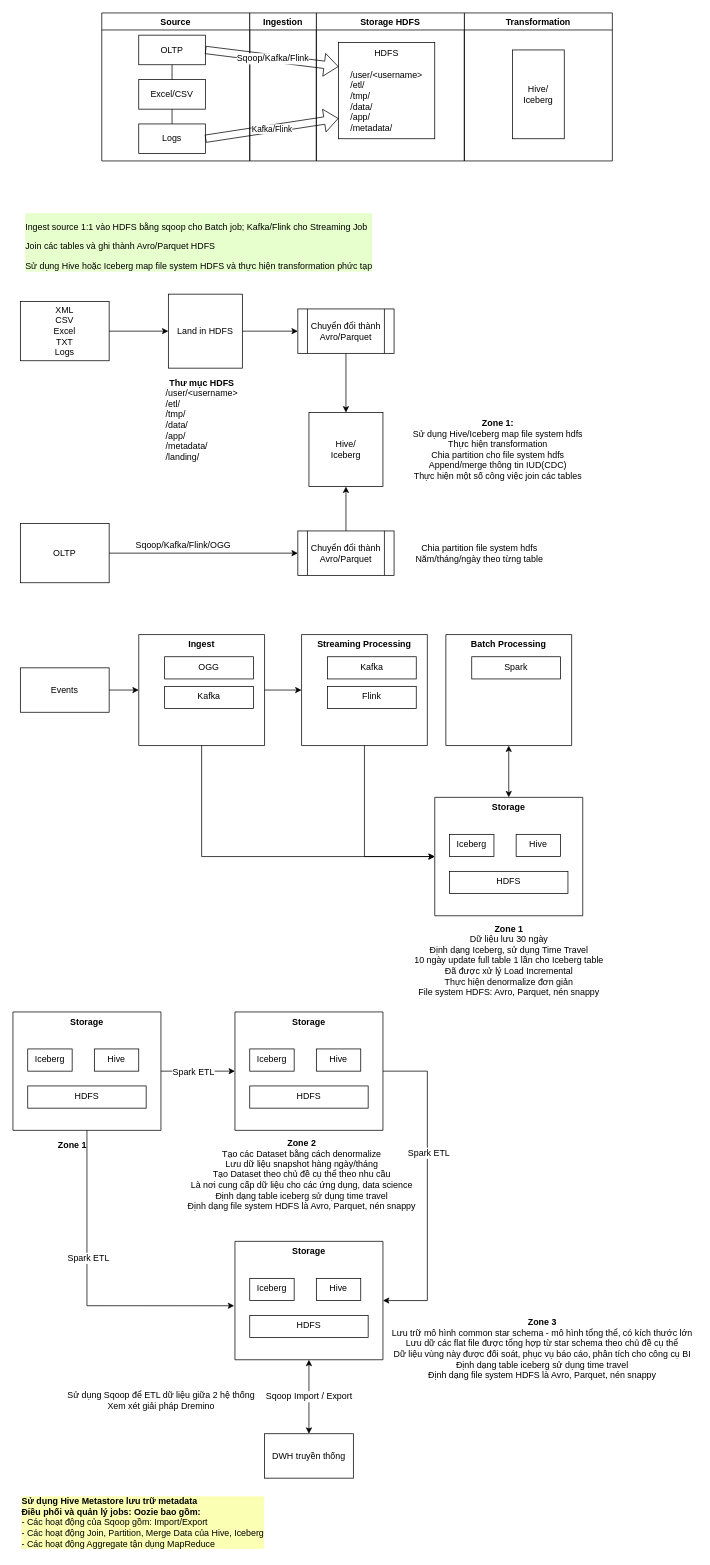
Earlier version of the draw.io diagram page "Page-2" (2 of 2) of Untitled Diagram.drawio (uyennt01/Project1). Source tidied: cells renumbered, new cells numbered last; positions are measured from the earlier drawing's top-left corner, leaving out a move shared by most shapes. Both pictures are drawn from the tidied source at 74%, with x=0, y=0 at pixel (13, 13).
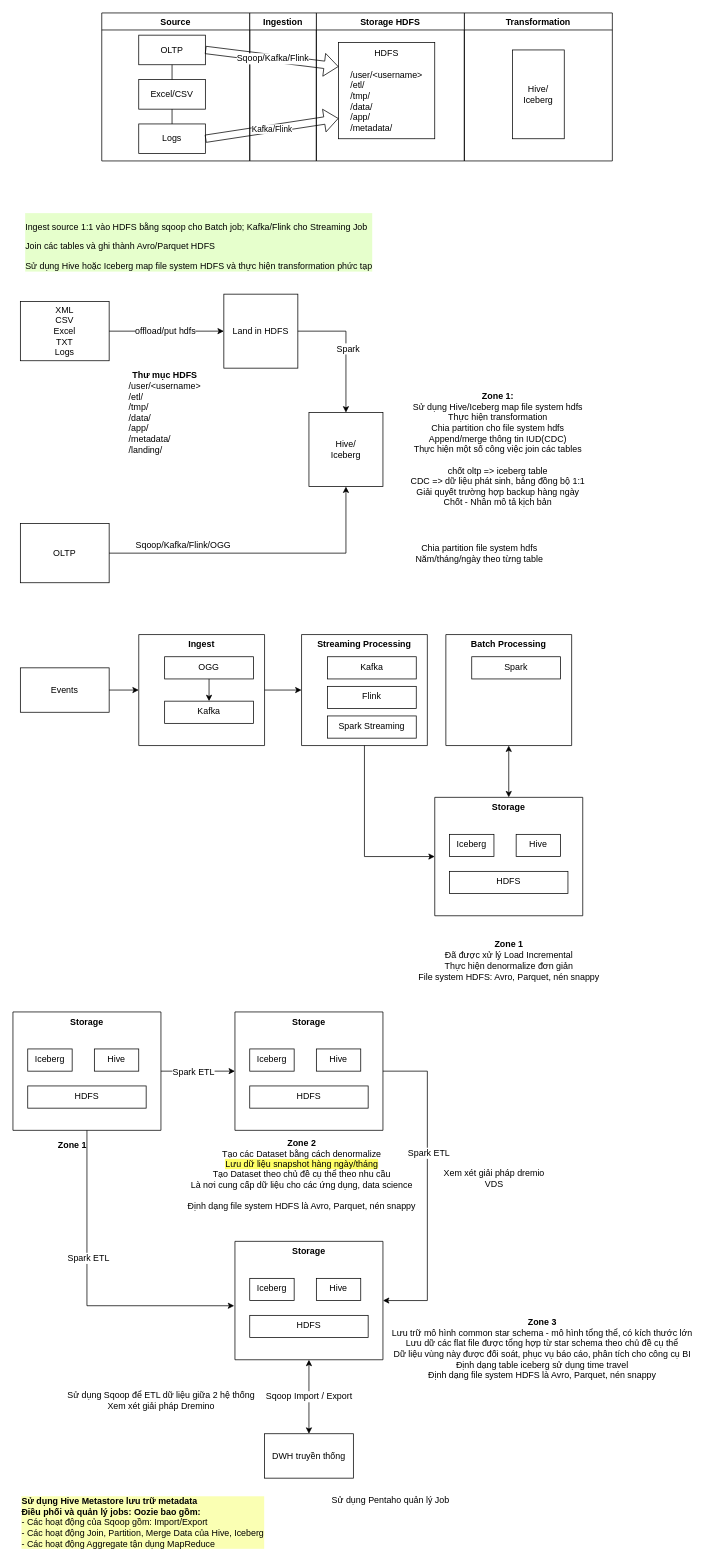
The same diagram, later.

The change refers to these unchanged cells:
```xml
<mxCell id="19" style="endArrow=classic;html=1;rounded=0;fontFamily=Helvetica;fontSize=12;strokeColor=default;strokeWidth=1;" parent="1" edge="1" source="18" target="17">
  <mxGeometry relative="1" as="geometry" />
</mxCell>
<mxCell id="21" value="&lt;div&gt;Hive/&lt;/div&gt;&lt;div&gt;Iceberg&lt;br&gt;&lt;/div&gt;" style="whiteSpace=wrap;html=1;fontFamily=Helvetica;fontSize=12;align=center;" parent="1" vertex="1">
  <mxGeometry x="400" y="540" width="100" height="100" as="geometry" />
</mxCell>
<mxCell id="23" value="OLTP" style="rounded=0;whiteSpace=wrap;html=1;fontFamily=Helvetica;fontSize=12;align=center;" parent="1" vertex="1">
  <mxGeometry x="10" y="690" width="120" height="80" as="geometry" />
</mxCell>
<mxCell id="31" value="Ingest" style="swimlane;startSize=0;fontFamily=Helvetica;fontSize=12;align=center;verticalAlign=top;" parent="1" vertex="1">
  <mxGeometry x="170" y="840" width="170" height="150" as="geometry" />
</mxCell>
<mxCell id="33" value="OGG" style="rounded=0;whiteSpace=wrap;html=1;fontFamily=Helvetica;fontSize=12;align=center;verticalAlign=top;" parent="31" vertex="1">
  <mxGeometry x="35" y="30" width="120" height="30" as="geometry" />
</mxCell>
<mxCell id="35" value="Streaming Processing" style="swimlane;startSize=0;fontFamily=Helvetica;fontSize=12;align=center;verticalAlign=top;" parent="1" vertex="1">
  <mxGeometry x="390" y="840" width="170" height="150" as="geometry" />
</mxCell>
<mxCell id="39" value="Storage" style="swimlane;startSize=0;fontFamily=Helvetica;fontSize=12;align=center;verticalAlign=top;" parent="1" vertex="1">
  <mxGeometry x="570" y="1060" width="200" height="160" as="geometry" />
</mxCell>
```

The edit, as a diff of the source:
```diff
@@
     <mxCell id="17" value="Land in HDFS" style="whiteSpace=wrap;html=1;fontFamily=Helvetica;fontSize=12;align=center;" parent="1" vertex="1">
-      <mxGeometry x="210" y="380" width="100" height="100" as="geometry" />
+      <mxGeometry x="285" y="380" width="100" height="100" as="geometry" />
     </mxCell>
@@
+    <mxCell id="77" value="offload/put hdfs" style="edgeLabel;html=1;align=center;verticalAlign=middle;fontSize=12;fontFamily=Helvetica;fontColor=#000000;" parent="19" vertex="1">
+      <mxGeometry x="-0.03" relative="1" as="geometry" />
+    </mxCell>
-    <mxCell id="20" style="endArrow=classic;html=1;rounded=0;fontFamily=Helvetica;fontSize=12;strokeColor=default;strokeWidth=1;exitX=1;exitY=0.5;exitDx=0;exitDy=0;entryX=0;entryY=0.5;entryDx=0;entryDy=0;" parent="1" edge="1" source="17" target="75">
-      <mxGeometry relative="1" as="geometry" />
+    <mxCell id="20" style="endArrow=classic;html=1;rounded=0;fontFamily=Helvetica;fontSize=12;strokeColor=default;strokeWidth=1;exitX=1;exitY=0.5;exitDx=0;exitDy=0;entryX=0.5;entryY=0;entryDx=0;entryDy=0;" parent="1" edge="1" source="17" target="21">
+      <mxGeometry relative="1" as="geometry">
+        <Array as="points">
+          <mxPoint x="450" y="430" />
+        </Array>
+      </mxGeometry>
     </mxCell>
+    <mxCell id="78" value="Spark" style="edgeLabel;html=1;align=center;verticalAlign=middle;fontSize=12;fontFamily=Helvetica;fontColor=#000000;" parent="20" vertex="1">
+      <mxGeometry x="0.01" y="2" relative="1" as="geometry" />
+    </mxCell>
@@
-    <mxCell id="22" style="endArrow=classic;html=1;rounded=0;fontFamily=Helvetica;fontSize=12;strokeColor=default;strokeWidth=1;exitX=0.5;exitY=1;exitDx=0;exitDy=0;entryX=0.5;entryY=0;entryDx=0;entryDy=0;" parent="1" edge="1" source="75" target="21">
-      <mxGeometry relative="1" as="geometry" />
-    </mxCell>
@@
-    <mxCell id="24" style="endArrow=classic;html=1;rounded=0;fontFamily=Helvetica;fontSize=12;strokeColor=default;strokeWidth=1;entryX=0;entryY=0.5;entryDx=0;entryDy=0;" parent="1" edge="1" source="23" target="76">
-      <mxGeometry relative="1" as="geometry" />
+    <mxCell id="24" style="endArrow=classic;html=1;rounded=0;fontFamily=Helvetica;fontSize=12;strokeColor=default;strokeWidth=1;entryX=0.5;entryY=1;entryDx=0;entryDy=0;" parent="1" edge="1" source="23" target="21">
+      <mxGeometry relative="1" as="geometry">
+        <Array as="points">
+          <mxPoint x="450" y="730" />
+        </Array>
+      </mxGeometry>
     </mxCell>
-    <mxCell id="25" style="endArrow=classic;html=1;rounded=0;fontFamily=Helvetica;fontSize=12;strokeColor=default;strokeWidth=1;entryX=0.5;entryY=1;entryDx=0;entryDy=0;exitX=0.5;exitY=0;exitDx=0;exitDy=0;" parent="1" edge="1" source="76" target="21">
-      <mxGeometry relative="1" as="geometry" />
-    </mxCell>
@@
-    <mxCell id="27" value="&lt;div&gt;&lt;b&gt;Zone 1:&lt;/b&gt;&lt;/div&gt;&lt;div&gt;Sử dụng Hive/Iceberg map file system hdfs&lt;/div&gt;&lt;div&gt;Thực hiện transformation&lt;br&gt;Chia partition cho file system hdfs&lt;/div&gt;&lt;div&gt;Append/merge thông tin IUD(CDC)&lt;/div&gt;&lt;div&gt;Thực hiện một số công việc join các tables&lt;br&gt;&lt;/div&gt;" style="text;html=1;align=center;verticalAlign=middle;strokeColor=none;fillColor=none;fontSize=12;fontFamily=Helvetica;" parent="1" vertex="1">
-      <mxGeometry x="530" y="545" width="250" height="90" as="geometry" />
+    <mxCell id="27" value="&lt;div&gt;&lt;b&gt;Zone 1:&lt;/b&gt;&lt;/div&gt;&lt;div&gt;Sử dụng Hive/Iceberg map file system hdfs&lt;/div&gt;&lt;div&gt;Thực hiện transformation&lt;br&gt;Chia partition cho file system hdfs&lt;/div&gt;&lt;div&gt;Append/merge thông tin IUD(CDC)&lt;/div&gt;&lt;div&gt;Thực hiện một số công việc join các tables&lt;br&gt;&lt;/div&gt;&lt;div&gt;&lt;br&gt;&lt;/div&gt;&lt;div&gt;chốt oltp =&amp;gt; iceberg table&lt;/div&gt;&lt;div&gt;CDC =&amp;gt; dữ liệu phát sinh, bảng đồng bộ 1:1&lt;br&gt;&lt;/div&gt;&lt;div&gt;Giải quyết trường hợp backup hàng ngày&lt;/div&gt;&lt;div&gt;Chốt - Nhân mô tả kịch bản&lt;br&gt;&lt;/div&gt;" style="text;html=1;align=center;verticalAlign=middle;strokeColor=none;fillColor=none;fontSize=12;fontFamily=Helvetica;" parent="1" vertex="1">
+      <mxGeometry x="530" y="510" width="250" height="160" as="geometry" />
     </mxCell>
     <mxCell id="28" value="&lt;div&gt;&lt;b&gt;Thư mục HDFS&lt;/b&gt;&lt;/div&gt;&lt;div align=&quot;left&quot;&gt;/user/&amp;lt;username&amp;gt;&lt;br&gt;&lt;/div&gt;&lt;div align=&quot;left&quot;&gt;/etl/&lt;/div&gt;&lt;div align=&quot;left&quot;&gt;/tmp/&lt;/div&gt;&lt;div align=&quot;left&quot;&gt;/data/&lt;/div&gt;&lt;div align=&quot;left&quot;&gt;/app/&lt;/div&gt;&lt;div align=&quot;left&quot;&gt;/metadata/&lt;/div&gt;&lt;div align=&quot;left&quot;&gt;/landing/&lt;br&gt;&lt;/div&gt;" style="text;html=1;align=center;verticalAlign=middle;strokeColor=none;fillColor=none;fontSize=12;fontFamily=Helvetica;" parent="1" vertex="1">
-      <mxGeometry x="200" y="490" width="110" height="120" as="geometry" />
+      <mxGeometry x="150" y="480" width="110" height="120" as="geometry" />
     </mxCell>
@@
     <mxCell id="32" value="Kafka" style="rounded=0;whiteSpace=wrap;html=1;fontFamily=Helvetica;fontSize=12;align=center;verticalAlign=top;" parent="31" vertex="1">
-      <mxGeometry x="35" y="70" width="120" height="30" as="geometry" />
+      <mxGeometry x="35" y="90" width="120" height="30" as="geometry" />
     </mxCell>
@@
+    <mxCell id="79" style="endArrow=classic;html=1;rounded=0;fontFamily=Helvetica;fontSize=12;strokeColor=default;strokeWidth=1;exitX=0.5;exitY=1;exitDx=0;exitDy=0;entryX=0.5;entryY=0;entryDx=0;entryDy=0;" parent="31" edge="1" source="33" target="32">
+      <mxGeometry relative="1" as="geometry" />
+    </mxCell>
@@
+    <mxCell id="80" value="Spark Streaming" style="rounded=0;whiteSpace=wrap;html=1;fontFamily=Helvetica;fontSize=12;align=center;verticalAlign=top;" parent="35" vertex="1">
+      <mxGeometry x="35" y="110" width="120" height="30" as="geometry" />
+    </mxCell>
@@
-    <mxCell id="43" style="endArrow=classic;html=1;rounded=0;fontFamily=Helvetica;fontSize=12;strokeColor=default;strokeWidth=1;exitX=0.5;exitY=1;exitDx=0;exitDy=0;entryX=0;entryY=0.5;entryDx=0;entryDy=0;" parent="1" edge="1" source="31" target="39">
-      <mxGeometry relative="1" as="geometry">
-        <Array as="points">
-          <mxPoint x="255" y="1140" />
-        </Array>
-      </mxGeometry>
-    </mxCell>
@@
-    <mxCell id="52" value="&lt;div&gt;&lt;b&gt;Zone 1&lt;/b&gt;&lt;/div&gt;&lt;div&gt;Dữ liệu lưu 30 ngày&lt;/div&gt;&lt;div&gt;Định dạng Iceberg, sử dụng Time Travel&lt;/div&gt;&lt;div&gt;10 ngày update full table 1 lần cho Iceberg table&lt;br&gt;&lt;/div&gt;&lt;div&gt;Đã được xử lý Load Incremental&lt;/div&gt;&lt;div&gt;Thực hiện denormalize đơn giản&lt;br&gt;&lt;/div&gt;&lt;div&gt;File system HDFS: Avro, Parquet, nén snappy&lt;br&gt;&lt;/div&gt;&lt;div&gt;&lt;br&gt;&lt;/div&gt;&lt;div&gt;&lt;br&gt;&lt;/div&gt;" style="text;html=1;align=center;verticalAlign=middle;strokeColor=none;fillColor=none;fontSize=12;fontFamily=Helvetica;" parent="1" vertex="1">
-      <mxGeometry x="535" y="1230" width="270" height="130" as="geometry" />
+    <mxCell id="52" value="&lt;div&gt;&lt;b&gt;Zone 1&lt;/b&gt;&lt;/div&gt;&lt;div&gt;Đã được xử lý Load Incremental&lt;/div&gt;&lt;div&gt;Thực hiện denormalize đơn giản&lt;br&gt;&lt;/div&gt;&lt;div&gt;File system HDFS: Avro, Parquet, nén snappy&lt;br&gt;&lt;/div&gt;&lt;div&gt;&lt;br&gt;&lt;/div&gt;&lt;div&gt;&lt;br&gt;&lt;/div&gt;" style="text;html=1;align=center;verticalAlign=middle;strokeColor=none;fillColor=none;fontSize=12;fontFamily=Helvetica;" parent="1" vertex="1">
+      <mxGeometry x="540" y="1250" width="260" height="90" as="geometry" />
     </mxCell>
@@
-    <mxCell id="58" value="&lt;div&gt;&lt;b&gt;Zone 2&lt;/b&gt;&lt;/div&gt;&lt;div&gt;Tạo các Dataset bằng cách denormalize&lt;br&gt;&lt;/div&gt;&lt;div&gt;Lưu dữ liệu snapshot hàng ngày/tháng&lt;/div&gt;&lt;div&gt;Tạo Dataset theo chủ đề cụ thể theo nhu cầu&lt;/div&gt;&lt;div&gt;Là nơi cung cấp dữ liệu cho các ứng dụng, data science&lt;/div&gt;&lt;div&gt;Định dạng table iceberg sử dụng time travel&lt;/div&gt;&lt;div&gt;Định dạng file system HDFS là Avro, Parquet, nén snappy&lt;br&gt;&lt;/div&gt;" style="text;html=1;align=center;verticalAlign=middle;strokeColor=none;fillColor=none;fontSize=12;fontFamily=Helvetica;" parent="1" vertex="1">
+    <mxCell id="58" value="&lt;div&gt;&lt;b&gt;Zone 2&lt;/b&gt;&lt;/div&gt;&lt;div&gt;Tạo các Dataset bằng cách denormalize&lt;br&gt;&lt;/div&gt;&lt;div&gt;&lt;span style=&quot;background-color: rgb(255 , 255 , 102)&quot;&gt;Lưu dữ liệu snapshot hàng ngày/tháng&lt;/span&gt;&lt;/div&gt;&lt;div&gt;Tạo Dataset theo chủ đề cụ thể theo nhu cầu&lt;/div&gt;&lt;div&gt;Là nơi cung cấp dữ liệu cho các ứng dụng, data science&lt;/div&gt;&lt;div&gt;&lt;br&gt;&lt;/div&gt;&lt;div&gt;Định dạng file system HDFS là Avro, Parquet, nén snappy&lt;br&gt;&lt;/div&gt;" style="text;html=1;align=center;verticalAlign=middle;strokeColor=none;fillColor=none;fontSize=12;fontFamily=Helvetica;" parent="1" vertex="1">
       <mxGeometry x="230" y="1520" width="320" height="100" as="geometry" />
     </mxCell>
@@
-    <mxCell id="75" value="Chuyển đổi thành Avro/Parquet" style="shape=process;whiteSpace=wrap;html=1;backgroundOutline=1;labelBackgroundColor=none;fontFamily=Helvetica;fontSize=12;fontColor=#000000;align=center;verticalAlign=middle;" parent="1" vertex="1">
-      <mxGeometry x="385" y="400" width="130" height="60" as="geometry" />
-    </mxCell>
-    <mxCell id="76" value="Chuyển đổi thành Avro/Parquet" style="shape=process;whiteSpace=wrap;html=1;backgroundOutline=1;labelBackgroundColor=none;fontFamily=Helvetica;fontSize=12;fontColor=#000000;align=center;verticalAlign=middle;" parent="1" vertex="1">
-      <mxGeometry x="385" y="700" width="130" height="60" as="geometry" />
-    </mxCell>
+    <mxCell id="81" value="Sử dụng Pentaho quản lý Job" style="text;html=1;align=center;verticalAlign=middle;strokeColor=none;fillColor=none;fontSize=12;fontFamily=Helvetica;fontColor=#000000;" parent="1" vertex="1">
+      <mxGeometry x="425" y="2000" width="170" height="20" as="geometry" />
+    </mxCell>
+    <mxCell id="82" value="&lt;div&gt;Xem xét giải pháp dremio&lt;/div&gt;&lt;div&gt;VDS&lt;/div&gt;" style="text;html=1;align=center;verticalAlign=middle;strokeColor=none;fillColor=none;fontSize=12;fontFamily=Helvetica;fontColor=#000000;" parent="1" vertex="1">
+      <mxGeometry x="575" y="1560" width="150" height="30" as="geometry" />
+    </mxCell>
```
